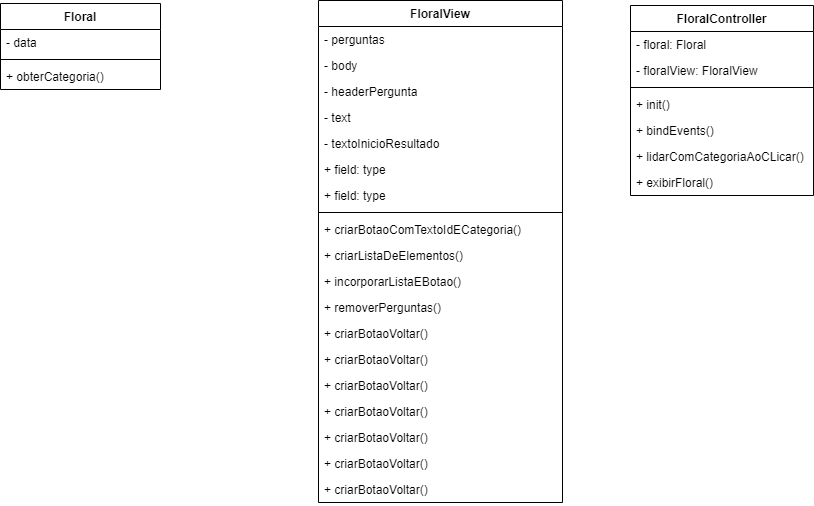
Earlier version of the draw.io export Diagramas UML/TCC.drawio.png (BrenoLima1/TCC). Source tidied: cells renumbered, new cells last; positions are measured from the earlier drawing's top-left corner, leaving out a move shared by most shapes.
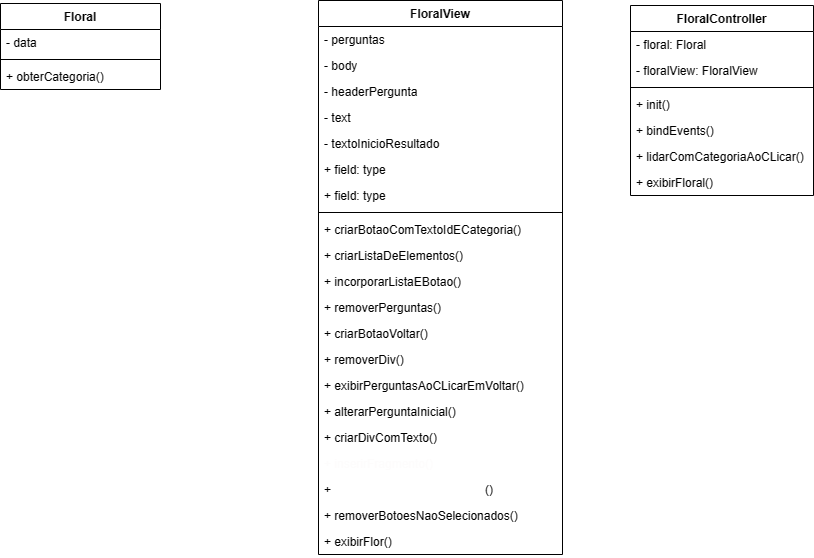
After the commit.

Commit message:
aprimorada inserção de classe a botão e imagem

What changed in the source:
```diff
@@ -3,7 +3,7 @@
     <mxCell id="0" />
     <mxCell id="1" parent="0" />
     <mxCell id="2" value="FloralView" style="swimlane;fontStyle=1;align=center;verticalAlign=top;horizontal=1;startSize=26;whiteSpace=wrap;html=1;" parent="1" vertex="1">
-      <mxGeometry x="318" width="244" height="502" as="geometry" />
+      <mxGeometry x="318" width="244" height="554" as="geometry" />
     </mxCell>
     <mxCell id="3" value="- perguntas&amp;nbsp;" style="text;strokeColor=none;fillColor=none;align=left;verticalAlign=top;spacingLeft=4;spacingRight=4;overflow=hidden;whiteSpace=wrap;html=1;" parent="2" vertex="1">
       <mxGeometry y="26" width="244" height="26" as="geometry" />
@@ -44,24 +44,30 @@
     <mxCell id="15" value="+ criarBotaoVoltar()" style="text;strokeColor=none;fillColor=none;align=left;verticalAlign=top;spacingLeft=4;spacingRight=4;overflow=hidden;whiteSpace=wrap;html=1;" parent="2" vertex="1">
       <mxGeometry y="320" width="244" height="26" as="geometry" />
     </mxCell>
-    <mxCell id="16" value="+ criarBotaoVoltar()" style="text;strokeColor=none;fillColor=none;align=left;verticalAlign=top;spacingLeft=4;spacingRight=4;overflow=hidden;whiteSpace=wrap;html=1;" parent="2" vertex="1">
+    <mxCell id="16" value="+ removerDiv()" style="text;strokeColor=none;fillColor=none;align=left;verticalAlign=top;spacingLeft=4;spacingRight=4;overflow=hidden;whiteSpace=wrap;html=1;" parent="2" vertex="1">
       <mxGeometry y="346" width="244" height="26" as="geometry" />
     </mxCell>
-    <mxCell id="17" value="+ criarBotaoVoltar()" style="text;strokeColor=none;fillColor=none;align=left;verticalAlign=top;spacingLeft=4;spacingRight=4;overflow=hidden;whiteSpace=wrap;html=1;" parent="2" vertex="1">
+    <mxCell id="17" value="+ exibirPerguntasAoCLicarEmVoltar()" style="text;strokeColor=none;fillColor=none;align=left;verticalAlign=top;spacingLeft=4;spacingRight=4;overflow=hidden;whiteSpace=wrap;html=1;" parent="2" vertex="1">
       <mxGeometry y="372" width="244" height="26" as="geometry" />
     </mxCell>
-    <mxCell id="18" value="+ criarBotaoVoltar()" style="text;strokeColor=none;fillColor=none;align=left;verticalAlign=top;spacingLeft=4;spacingRight=4;overflow=hidden;whiteSpace=wrap;html=1;" parent="2" vertex="1">
+    <mxCell id="18" value="+ alterarPerguntaInicial()" style="text;strokeColor=none;fillColor=none;align=left;verticalAlign=top;spacingLeft=4;spacingRight=4;overflow=hidden;whiteSpace=wrap;html=1;" parent="2" vertex="1">
       <mxGeometry y="398" width="244" height="26" as="geometry" />
     </mxCell>
-    <mxCell id="19" value="+ criarBotaoVoltar()" style="text;strokeColor=none;fillColor=none;align=left;verticalAlign=top;spacingLeft=4;spacingRight=4;overflow=hidden;whiteSpace=wrap;html=1;" parent="2" vertex="1">
+    <mxCell id="19" value="+&amp;nbsp;&lt;span style=&quot;font-size: var(--cib-type-body1-font-size); font-weight: var(--cib-type-body1-font-weight);&quot;&gt;criarDivComTexto&lt;/span&gt;&lt;span style=&quot;background-color: initial;&quot;&gt;()&lt;/span&gt;" style="text;strokeColor=none;fillColor=none;align=left;verticalAlign=top;spacingLeft=4;spacingRight=4;overflow=hidden;whiteSpace=wrap;html=1;" parent="2" vertex="1">
       <mxGeometry y="424" width="244" height="26" as="geometry" />
     </mxCell>
-    <mxCell id="20" value="+ criarBotaoVoltar()" style="text;strokeColor=none;fillColor=none;align=left;verticalAlign=top;spacingLeft=4;spacingRight=4;overflow=hidden;whiteSpace=wrap;html=1;" parent="2" vertex="1">
+    <mxCell id="20" value="&lt;font color=&quot;#fdfcfc&quot;&gt;+&amp;nbsp;&lt;span style=&quot;font-size: var(--cib-type-body1-font-size); font-weight: var(--cib-type-body1-font-weight);&quot;&gt;inserirFragmento&lt;/span&gt;&lt;span style=&quot;background-color: initial;&quot;&gt;()&lt;/span&gt;&lt;/font&gt;" style="text;strokeColor=none;fillColor=none;align=left;verticalAlign=top;spacingLeft=4;spacingRight=4;overflow=hidden;whiteSpace=wrap;html=1;" parent="2" vertex="1">
       <mxGeometry y="450" width="244" height="26" as="geometry" />
     </mxCell>
-    <mxCell id="21" value="+ criarBotaoVoltar()" style="text;strokeColor=none;fillColor=none;align=left;verticalAlign=top;spacingLeft=4;spacingRight=4;overflow=hidden;whiteSpace=wrap;html=1;" parent="2" vertex="1">
+    <mxCell id="21" value="+&amp;nbsp;&lt;span style=&quot;font-size: var(--cib-type-body1-font-size); font-weight: var(--cib-type-body1-font-weight);&quot;&gt;&lt;font color=&quot;#ffffff&quot;&gt;mudarCorBotaoSelecionado&lt;/font&gt;&lt;/span&gt;&lt;span style=&quot;background-color: initial;&quot;&gt;()&lt;/span&gt;" style="text;strokeColor=none;fillColor=none;align=left;verticalAlign=top;spacingLeft=4;spacingRight=4;overflow=hidden;whiteSpace=wrap;html=1;" parent="2" vertex="1">
       <mxGeometry y="476" width="244" height="26" as="geometry" />
     </mxCell>
+    <mxCell id="34" value="+&amp;nbsp;&lt;span style=&quot;color: var(--vscode-textPreformat-foreground); font-size: var(--cib-type-body1-font-size); font-weight: var(--cib-type-body1-font-weight);&quot;&gt;removerBotoesNaoSelecionados&lt;/span&gt;&lt;span style=&quot;background-color: initial;&quot;&gt;()&lt;/span&gt;" style="text;strokeColor=none;fillColor=none;align=left;verticalAlign=top;spacingLeft=4;spacingRight=4;overflow=hidden;whiteSpace=wrap;html=1;" parent="2" vertex="1">
+      <mxGeometry y="502" width="244" height="26" as="geometry" />
+    </mxCell>
+    <mxCell id="35" value="+&amp;nbsp;&lt;span style=&quot;color: var(--vscode-textPreformat-foreground); font-size: var(--cib-type-body1-font-size); font-weight: var(--cib-type-body1-font-weight);&quot;&gt;exibirFlor&lt;/span&gt;&lt;span style=&quot;background-color: initial;&quot;&gt;()&lt;/span&gt;" style="text;strokeColor=none;fillColor=none;align=left;verticalAlign=top;spacingLeft=4;spacingRight=4;overflow=hidden;whiteSpace=wrap;html=1;" parent="2" vertex="1">
+      <mxGeometry y="528" width="244" height="26" as="geometry" />
+    </mxCell>
     <mxCell id="22" value="Floral" style="swimlane;fontStyle=1;align=center;verticalAlign=top;horizontal=1;startSize=26;whiteSpace=wrap;html=1;" parent="1" vertex="1">
       <mxGeometry y="3" width="160" height="86" as="geometry" />
     </mxCell>
```
